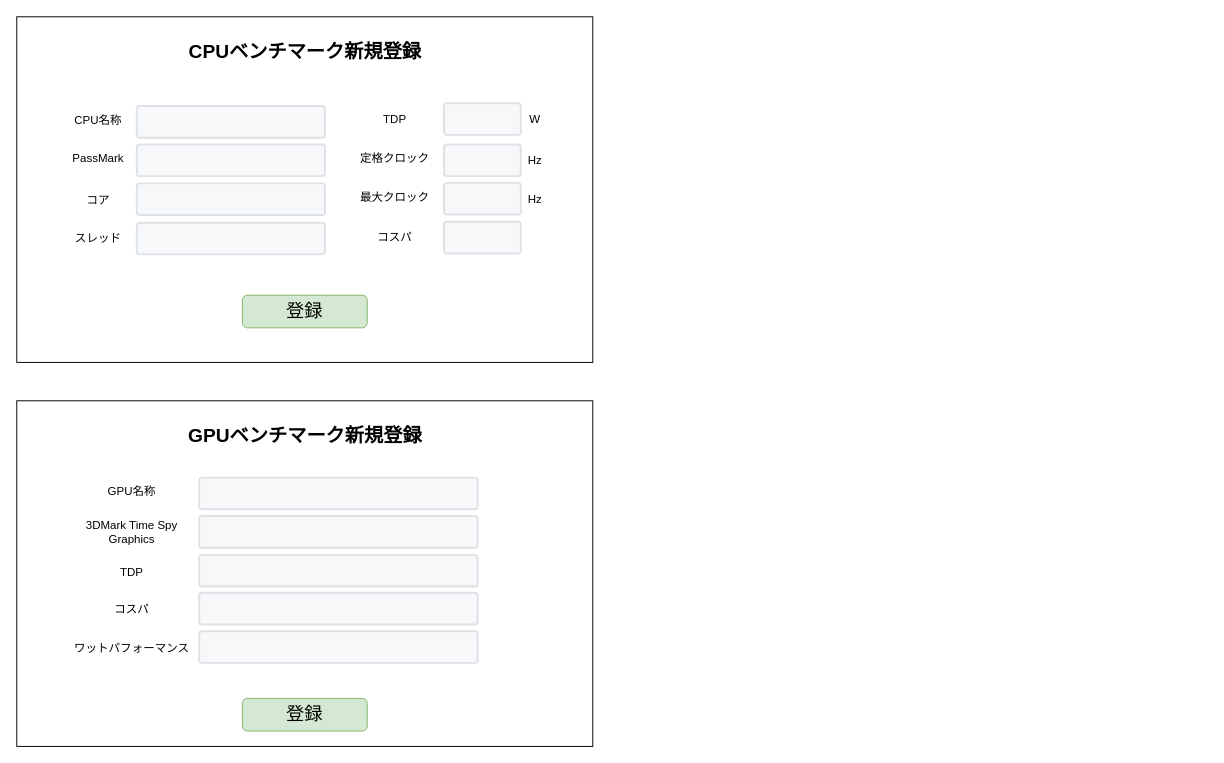
HaruShim/Sotuken keeps this draw.io diagram as page "S05-02 ベンチマーク新規登録" (2 of 3) of 各種設計書/6.画面設計書/S05_ベンチマークマスタ.drawio. Above is the earlier version. Source tidied: cells renumbered, new cells numbered last; positions are measured from the earlier drawing's top-left corner, leaving out a move shared by most shapes. Both pictures are drawn from the tidied source at 96%, with x=0, y=0 at pixel (16, 16).
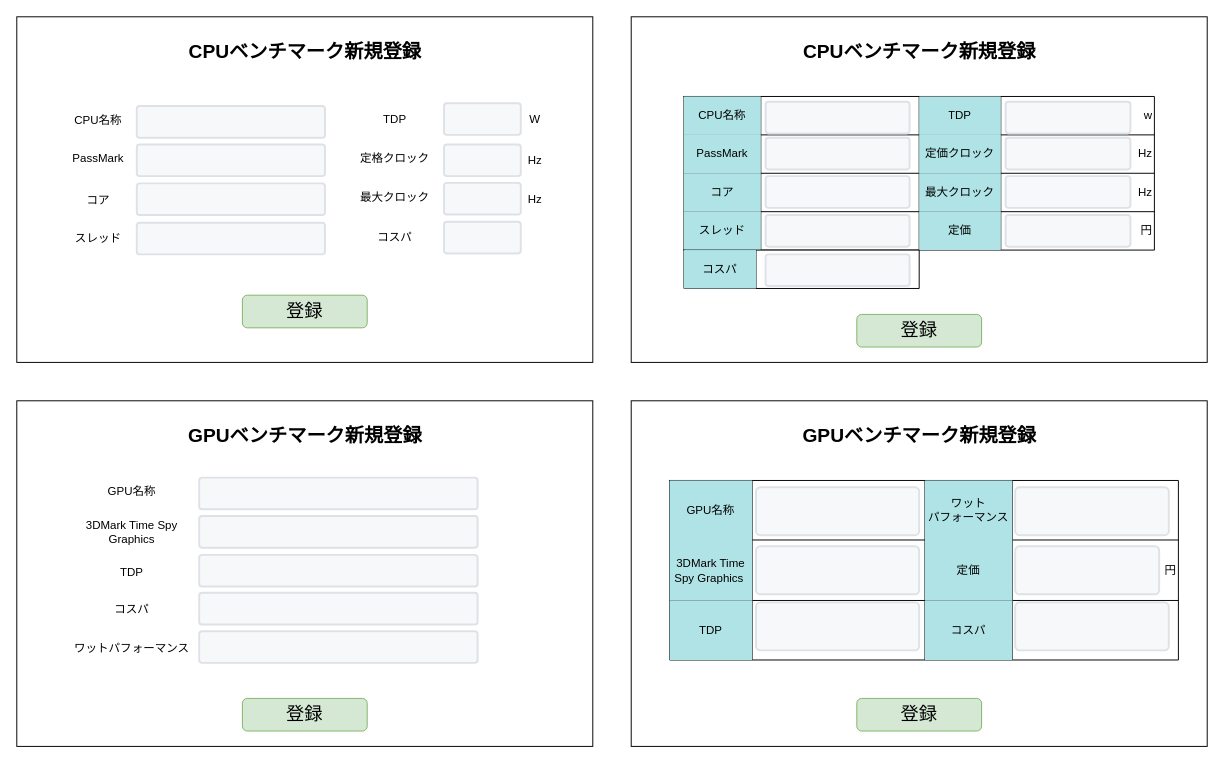
Above is the later version.

Diff of the diagram source:
```diff
@@
+    <mxCell id="39" style="rounded=0;whiteSpace=wrap;html=1;fillColor=default;strokeColor=default;fontColor=default;" parent="1" vertex="1">
+      <mxGeometry x="640" width="600" height="360" as="geometry" />
+    </mxCell>
+    <mxCell id="40" value="CPUベンチマーク新規登録" style="text;html=1;strokeColor=none;fillColor=none;align=center;verticalAlign=middle;whiteSpace=wrap;rounded=0;fontColor=default;fontStyle=1;fontSize=20;" parent="1" vertex="1">
+      <mxGeometry x="813.8" y="10" width="252.5" height="50" as="geometry" />
+    </mxCell>
+    <mxCell id="41" style="shape=table;startSize=0;childLayout=tableLayout;" parent="1" vertex="1">
+      <mxGeometry x="695" y="83" width="490" height="160" as="geometry" />
+    </mxCell>
+    <mxCell id="42" style="shape=partialRectangle;fillColor=none;top=0;left=0;bottom=0;right=0;" parent="41" vertex="1">
+      <mxGeometry width="490" height="40" as="geometry" />
+    </mxCell>
+    <mxCell id="43" value="CPU名称" style="shape=partialRectangle;html=1;whiteSpace=wrap;overflow=hidden;fillColor=#b0e3e6;top=0;left=0;bottom=0;right=0;strokeColor=#0e8088;" parent="42" vertex="1">
+      <mxGeometry width="80" height="40" as="geometry" />
+    </mxCell>
+    <mxCell id="44" style="shape=partialRectangle;html=1;whiteSpace=wrap;overflow=hidden;fillColor=none;top=0;left=0;bottom=0;right=0;" parent="42" vertex="1">
+      <mxGeometry x="80" width="165" height="40" as="geometry" />
+    </mxCell>
+    <mxCell id="45" value="TDP" style="shape=partialRectangle;html=1;whiteSpace=wrap;overflow=hidden;fillColor=#b0e3e6;top=0;left=0;bottom=0;right=0;strokeColor=#0e8088;" parent="42" vertex="1">
+      <mxGeometry x="245" width="85" height="40" as="geometry" />
+    </mxCell>
+    <mxCell id="46" value="w" style="shape=partialRectangle;html=1;whiteSpace=wrap;overflow=hidden;fillColor=none;top=0;left=0;bottom=0;right=0;align=right;" parent="42" vertex="1">
+      <mxGeometry x="330" width="160" height="40" as="geometry" />
+    </mxCell>
+    <mxCell id="47" style="shape=partialRectangle;fillColor=none;top=0;left=0;bottom=0;right=0;" parent="41" vertex="1">
+      <mxGeometry y="40" width="490" height="40" as="geometry" />
+    </mxCell>
+    <mxCell id="48" value="PassMark" style="shape=partialRectangle;html=1;whiteSpace=wrap;overflow=hidden;fillColor=#b0e3e6;top=0;left=0;bottom=0;right=0;strokeColor=#0e8088;" parent="47" vertex="1">
+      <mxGeometry width="80" height="40" as="geometry" />
+    </mxCell>
+    <mxCell id="49" style="shape=partialRectangle;html=1;whiteSpace=wrap;overflow=hidden;fillColor=none;top=0;left=0;bottom=0;right=0;" parent="47" vertex="1">
+      <mxGeometry x="80" width="165" height="40" as="geometry" />
+    </mxCell>
+    <mxCell id="50" value="定価クロック" style="shape=partialRectangle;html=1;whiteSpace=wrap;overflow=hidden;fillColor=#b0e3e6;top=0;left=0;bottom=0;right=0;strokeColor=#0e8088;" parent="47" vertex="1">
+      <mxGeometry x="245" width="85" height="40" as="geometry" />
+    </mxCell>
+    <mxCell id="51" value="Hz" style="shape=partialRectangle;html=1;whiteSpace=wrap;overflow=hidden;fillColor=none;top=0;left=0;bottom=0;right=0;align=right;" parent="47" vertex="1">
+      <mxGeometry x="330" width="160" height="40" as="geometry" />
+    </mxCell>
+    <mxCell id="52" style="shape=partialRectangle;fillColor=none;top=0;left=0;bottom=0;right=0;" parent="41" vertex="1">
+      <mxGeometry y="80" width="490" height="40" as="geometry" />
+    </mxCell>
+    <mxCell id="53" value="コア" style="shape=partialRectangle;html=1;whiteSpace=wrap;overflow=hidden;fillColor=#b0e3e6;top=0;left=0;bottom=0;right=0;strokeColor=#0e8088;" parent="52" vertex="1">
+      <mxGeometry width="80" height="40" as="geometry" />
+    </mxCell>
+    <mxCell id="54" style="shape=partialRectangle;html=1;whiteSpace=wrap;overflow=hidden;fillColor=none;top=0;left=0;bottom=0;right=0;" parent="52" vertex="1">
+      <mxGeometry x="80" width="165" height="40" as="geometry" />
+    </mxCell>
+    <mxCell id="55" value="最大クロック" style="shape=partialRectangle;html=1;whiteSpace=wrap;overflow=hidden;fillColor=#b0e3e6;top=0;left=0;bottom=0;right=0;strokeColor=#0e8088;" parent="52" vertex="1">
+      <mxGeometry x="245" width="85" height="40" as="geometry" />
+    </mxCell>
+    <mxCell id="56" value="Hz" style="shape=partialRectangle;html=1;whiteSpace=wrap;overflow=hidden;fillColor=none;top=0;left=0;bottom=0;right=0;align=right;" parent="52" vertex="1">
+      <mxGeometry x="330" width="160" height="40" as="geometry" />
+    </mxCell>
+    <mxCell id="57" style="shape=partialRectangle;fillColor=none;top=0;left=0;bottom=0;right=0;" parent="41" vertex="1">
+      <mxGeometry y="120" width="490" height="40" as="geometry" />
+    </mxCell>
+    <mxCell id="58" value="スレッド" style="shape=partialRectangle;html=1;whiteSpace=wrap;overflow=hidden;fillColor=#b0e3e6;top=0;left=0;bottom=0;right=0;strokeColor=#0e8088;" parent="57" vertex="1">
+      <mxGeometry width="80" height="40" as="geometry" />
+    </mxCell>
+    <mxCell id="59" style="shape=partialRectangle;html=1;whiteSpace=wrap;overflow=hidden;fillColor=none;top=0;left=0;bottom=0;right=0;" parent="57" vertex="1">
+      <mxGeometry x="80" width="165" height="40" as="geometry" />
+    </mxCell>
+    <mxCell id="60" value="定価" style="shape=partialRectangle;html=1;whiteSpace=wrap;overflow=hidden;fillColor=#b0e3e6;top=0;left=0;bottom=0;right=0;strokeColor=#0e8088;" parent="57" vertex="1">
+      <mxGeometry x="245" width="85" height="40" as="geometry" />
+    </mxCell>
+    <mxCell id="61" value="円" style="shape=partialRectangle;html=1;whiteSpace=wrap;overflow=hidden;fillColor=none;top=0;left=0;bottom=0;right=0;align=right;" parent="57" vertex="1">
+      <mxGeometry x="330" width="160" height="40" as="geometry" />
+    </mxCell>
+    <mxCell id="62" style="shape=table;startSize=0;childLayout=tableLayout;" parent="1" vertex="1">
+      <mxGeometry x="695" y="243" width="245" height="40" as="geometry" />
+    </mxCell>
+    <mxCell id="63" style="shape=partialRectangle;fillColor=none;top=0;left=0;bottom=0;right=0;" parent="62" vertex="1">
+      <mxGeometry width="245" height="40" as="geometry" />
+    </mxCell>
+    <mxCell id="64" value="コスパ" style="shape=partialRectangle;html=1;whiteSpace=wrap;overflow=hidden;fillColor=#b0e3e6;top=0;left=0;bottom=0;right=0;strokeColor=#0e8088;" parent="63" vertex="1">
+      <mxGeometry width="75" height="40" as="geometry" />
+    </mxCell>
+    <mxCell id="65" style="shape=partialRectangle;html=1;whiteSpace=wrap;overflow=hidden;fillColor=none;top=0;left=0;bottom=0;right=0;" parent="63" vertex="1">
+      <mxGeometry x="75" width="170" height="40" as="geometry" />
+    </mxCell>
+    <mxCell id="66" value="&lt;span style=&quot;font-size: 19px&quot;&gt;登録&lt;/span&gt;" style="rounded=1;whiteSpace=wrap;html=1;align=center;labelBackgroundColor=none;fillColor=#d5e8d4;strokeColor=#82b366;" parent="1" vertex="1">
+      <mxGeometry x="875" y="310" width="130" height="34" as="geometry" />
+    </mxCell>
+    <mxCell id="67" style="rounded=0;whiteSpace=wrap;html=1;fillColor=default;strokeColor=default;fontColor=default;" parent="1" vertex="1">
+      <mxGeometry x="640" y="400" width="600" height="360" as="geometry" />
+    </mxCell>
+    <mxCell id="68" value="GPUベンチマーク新規登録" style="text;html=1;strokeColor=none;fillColor=none;align=center;verticalAlign=middle;whiteSpace=wrap;rounded=0;fontColor=default;fontStyle=1;fontSize=20;" parent="1" vertex="1">
+      <mxGeometry x="813.8" y="410" width="252.5" height="50" as="geometry" />
+    </mxCell>
+    <mxCell id="69" style="shape=table;startSize=0;childLayout=tableLayout;" parent="1" vertex="1">
+      <mxGeometry x="680" y="483" width="530" height="187" as="geometry" />
+    </mxCell>
+    <mxCell id="70" style="shape=partialRectangle;fillColor=none;top=0;left=0;bottom=0;right=0;" parent="69" vertex="1">
+      <mxGeometry width="530" height="62" as="geometry" />
+    </mxCell>
+    <mxCell id="71" value="GPU名称" style="shape=partialRectangle;html=1;whiteSpace=wrap;overflow=hidden;fillColor=#b0e3e6;top=0;left=0;bottom=0;right=0;strokeColor=#0e8088;" parent="70" vertex="1">
+      <mxGeometry width="86" height="62" as="geometry" />
+    </mxCell>
+    <mxCell id="72" style="shape=partialRectangle;html=1;whiteSpace=wrap;overflow=hidden;fillColor=none;top=0;left=0;bottom=0;right=0;" parent="70" vertex="1">
+      <mxGeometry x="86" width="180" height="62" as="geometry" />
+    </mxCell>
+    <mxCell id="73" value="ワット&lt;br&gt;パフォーマンス" style="shape=partialRectangle;html=1;whiteSpace=wrap;overflow=hidden;fillColor=#b0e3e6;top=0;left=0;bottom=0;right=0;strokeColor=#0e8088;" parent="70" vertex="1">
+      <mxGeometry x="266" width="91" height="62" as="geometry" />
+    </mxCell>
+    <mxCell id="74" style="shape=partialRectangle;html=1;whiteSpace=wrap;overflow=hidden;fillColor=none;top=0;left=0;bottom=0;right=0;align=right;" parent="70" vertex="1">
+      <mxGeometry x="357" width="173" height="62" as="geometry" />
+    </mxCell>
+    <mxCell id="75" style="shape=partialRectangle;fillColor=none;top=0;left=0;bottom=0;right=0;" parent="69" vertex="1">
+      <mxGeometry y="62" width="530" height="63" as="geometry" />
+    </mxCell>
+    <mxCell id="76" value="3DMark Time Spy Graphics&amp;nbsp;" style="shape=partialRectangle;html=1;whiteSpace=wrap;overflow=hidden;fillColor=#b0e3e6;top=0;left=0;bottom=0;right=0;strokeColor=#0e8088;" parent="75" vertex="1">
+      <mxGeometry width="86" height="63" as="geometry" />
+    </mxCell>
+    <mxCell id="77" style="shape=partialRectangle;html=1;whiteSpace=wrap;overflow=hidden;fillColor=none;top=0;left=0;bottom=0;right=0;" parent="75" vertex="1">
+      <mxGeometry x="86" width="180" height="63" as="geometry" />
+    </mxCell>
+    <mxCell id="78" value="定価" style="shape=partialRectangle;html=1;whiteSpace=wrap;overflow=hidden;fillColor=#b0e3e6;top=0;left=0;bottom=0;right=0;strokeColor=#0e8088;" parent="75" vertex="1">
+      <mxGeometry x="266" width="91" height="63" as="geometry" />
+    </mxCell>
+    <mxCell id="79" value="円" style="shape=partialRectangle;html=1;whiteSpace=wrap;overflow=hidden;fillColor=none;top=0;left=0;bottom=0;right=0;align=right;" parent="75" vertex="1">
+      <mxGeometry x="357" width="173" height="63" as="geometry" />
+    </mxCell>
+    <mxCell id="80" style="shape=partialRectangle;fillColor=none;top=0;left=0;bottom=0;right=0;" parent="69" vertex="1">
+      <mxGeometry y="125" width="530" height="62" as="geometry" />
+    </mxCell>
+    <mxCell id="81" value="TDP" style="shape=partialRectangle;html=1;whiteSpace=wrap;overflow=hidden;fillColor=#b0e3e6;top=0;left=0;bottom=0;right=0;strokeColor=#0e8088;" parent="80" vertex="1">
+      <mxGeometry width="86" height="62" as="geometry" />
+    </mxCell>
+    <mxCell id="82" style="shape=partialRectangle;html=1;whiteSpace=wrap;overflow=hidden;fillColor=none;top=0;left=0;bottom=0;right=0;" parent="80" vertex="1">
+      <mxGeometry x="86" width="180" height="62" as="geometry" />
+    </mxCell>
+    <mxCell id="83" value="コスパ" style="shape=partialRectangle;html=1;whiteSpace=wrap;overflow=hidden;fillColor=#b0e3e6;top=0;left=0;bottom=0;right=0;strokeColor=#0e8088;" parent="80" vertex="1">
+      <mxGeometry x="266" width="91" height="62" as="geometry" />
+    </mxCell>
+    <mxCell id="84" style="shape=partialRectangle;html=1;whiteSpace=wrap;overflow=hidden;fillColor=none;top=0;left=0;bottom=0;right=0;align=right;" parent="80" vertex="1">
+      <mxGeometry x="357" width="173" height="62" as="geometry" />
+    </mxCell>
+    <mxCell id="85" value="&lt;span style=&quot;font-size: 19px&quot;&gt;登録&lt;/span&gt;" style="rounded=1;whiteSpace=wrap;html=1;align=center;labelBackgroundColor=none;fillColor=#d5e8d4;strokeColor=#82b366;" parent="1" vertex="1">
+      <mxGeometry x="875" y="710" width="130" height="34" as="geometry" />
+    </mxCell>
+    <mxCell id="86" style="rounded=1;arcSize=9;fillColor=#F7F8F9;align=left;spacingLeft=5;strokeColor=#DEE1E6;html=1;strokeWidth=2;fontSize=12;" parent="1" vertex="1">
+      <mxGeometry x="780" y="88.5" width="150" height="33" as="geometry" />
+    </mxCell>
+    <mxCell id="87" style="rounded=1;arcSize=9;fillColor=#F7F8F9;align=left;spacingLeft=5;strokeColor=#DEE1E6;html=1;strokeWidth=2;fontSize=12;" parent="1" vertex="1">
+      <mxGeometry x="780" y="166" width="150" height="33" as="geometry" />
+    </mxCell>
+    <mxCell id="88" style="rounded=1;arcSize=9;fillColor=#F7F8F9;align=left;spacingLeft=5;strokeColor=#DEE1E6;html=1;strokeWidth=2;fontSize=12;" parent="1" vertex="1">
+      <mxGeometry x="780" y="206.5" width="150" height="33" as="geometry" />
+    </mxCell>
+    <mxCell id="89" style="rounded=1;arcSize=9;fillColor=#F7F8F9;align=left;spacingLeft=5;strokeColor=#DEE1E6;html=1;strokeWidth=2;fontSize=12;" parent="1" vertex="1">
+      <mxGeometry x="780" y="247.5" width="150" height="33" as="geometry" />
+    </mxCell>
+    <mxCell id="90" style="rounded=1;arcSize=9;fillColor=#F7F8F9;align=left;spacingLeft=5;strokeColor=#DEE1E6;html=1;strokeWidth=2;fontSize=12;" parent="1" vertex="1">
+      <mxGeometry x="780" y="126" width="150" height="33" as="geometry" />
+    </mxCell>
+    <mxCell id="91" style="rounded=1;arcSize=9;fillColor=#F7F8F9;align=left;spacingLeft=5;strokeColor=#DEE1E6;html=1;strokeWidth=2;fontSize=12;" parent="1" vertex="1">
+      <mxGeometry x="1030" y="206.5" width="130" height="33" as="geometry" />
+    </mxCell>
+    <mxCell id="92" style="rounded=1;arcSize=9;fillColor=#F7F8F9;align=left;spacingLeft=5;strokeColor=#DEE1E6;html=1;strokeWidth=2;fontSize=12;" parent="1" vertex="1">
+      <mxGeometry x="1030" y="166" width="130" height="33" as="geometry" />
+    </mxCell>
+    <mxCell id="93" style="rounded=1;arcSize=9;fillColor=#F7F8F9;align=left;spacingLeft=5;strokeColor=#DEE1E6;html=1;strokeWidth=2;fontSize=12;" parent="1" vertex="1">
+      <mxGeometry x="1030" y="126" width="130" height="33" as="geometry" />
+    </mxCell>
+    <mxCell id="94" style="rounded=1;arcSize=9;fillColor=#F7F8F9;align=left;spacingLeft=5;strokeColor=#DEE1E6;html=1;strokeWidth=2;fontSize=12;" parent="1" vertex="1">
+      <mxGeometry x="1030" y="88.5" width="130" height="33" as="geometry" />
+    </mxCell>
+    <mxCell id="95" style="rounded=1;arcSize=9;fillColor=#F7F8F9;align=left;spacingLeft=5;strokeColor=#DEE1E6;html=1;strokeWidth=2;fontSize=12;" parent="1" vertex="1">
+      <mxGeometry x="770" y="490" width="170" height="50" as="geometry" />
+    </mxCell>
+    <mxCell id="96" style="rounded=1;arcSize=9;fillColor=#F7F8F9;align=left;spacingLeft=5;strokeColor=#DEE1E6;html=1;strokeWidth=2;fontSize=12;" parent="1" vertex="1">
+      <mxGeometry x="1040" y="490" width="160" height="50" as="geometry" />
+    </mxCell>
+    <mxCell id="97" style="rounded=1;arcSize=9;fillColor=#F7F8F9;align=left;spacingLeft=5;strokeColor=#DEE1E6;html=1;strokeWidth=2;fontSize=12;" parent="1" vertex="1">
+      <mxGeometry x="770" y="610" width="170" height="50" as="geometry" />
+    </mxCell>
+    <mxCell id="98" style="rounded=1;arcSize=9;fillColor=#F7F8F9;align=left;spacingLeft=5;strokeColor=#DEE1E6;html=1;strokeWidth=2;fontSize=12;" parent="1" vertex="1">
+      <mxGeometry x="770" y="551.5" width="170" height="50" as="geometry" />
+    </mxCell>
+    <mxCell id="99" style="rounded=1;arcSize=9;fillColor=#F7F8F9;align=left;spacingLeft=5;strokeColor=#DEE1E6;html=1;strokeWidth=2;fontSize=12;" parent="1" vertex="1">
+      <mxGeometry x="1040" y="551.5" width="150" height="50" as="geometry" />
+    </mxCell>
+    <mxCell id="100" style="rounded=1;arcSize=9;fillColor=#F7F8F9;align=left;spacingLeft=5;strokeColor=#DEE1E6;html=1;strokeWidth=2;fontSize=12;" parent="1" vertex="1">
+      <mxGeometry x="1040" y="610" width="160" height="50" as="geometry" />
+    </mxCell>
```
